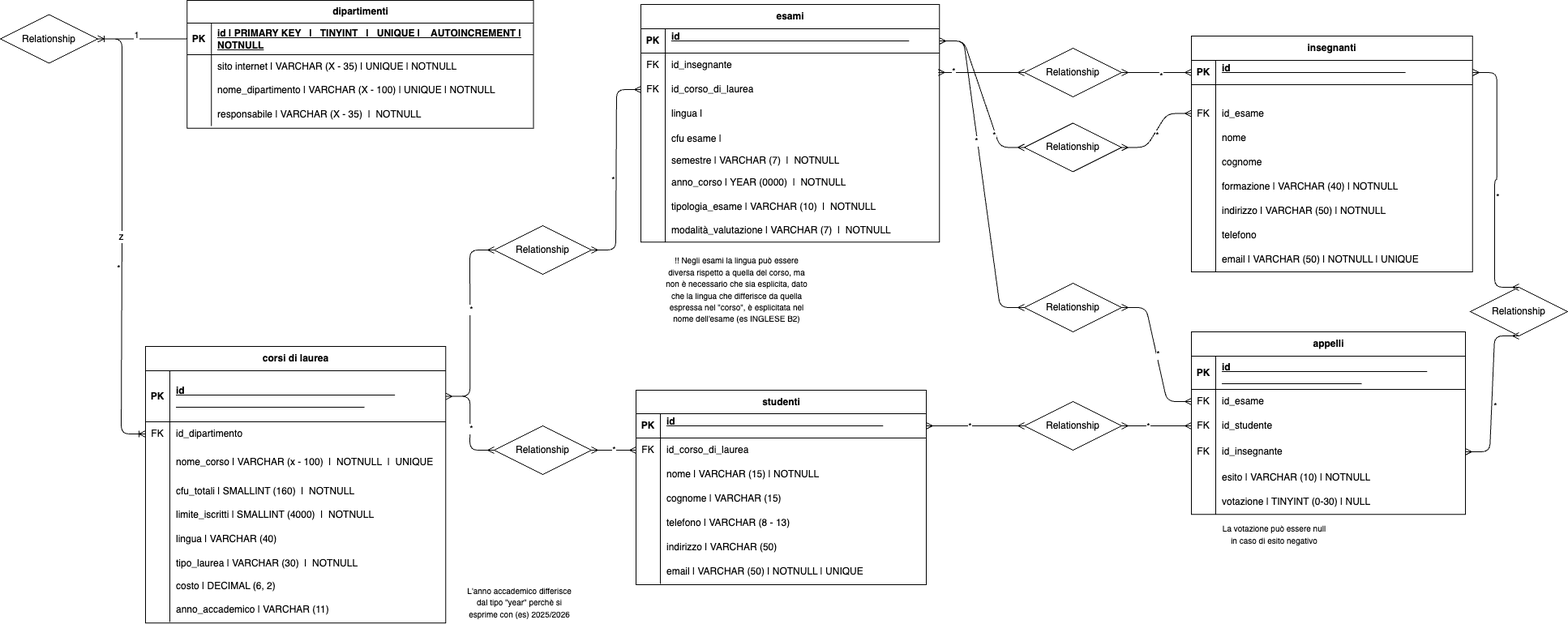
The draw.io diagram uni.drawio.png in coluccifrancesco/db-university, before a commit. Source tidied: cells renumbered, new cells last; positions are measured from the earlier drawing's top-left corner, leaving out a move shared by most shapes.
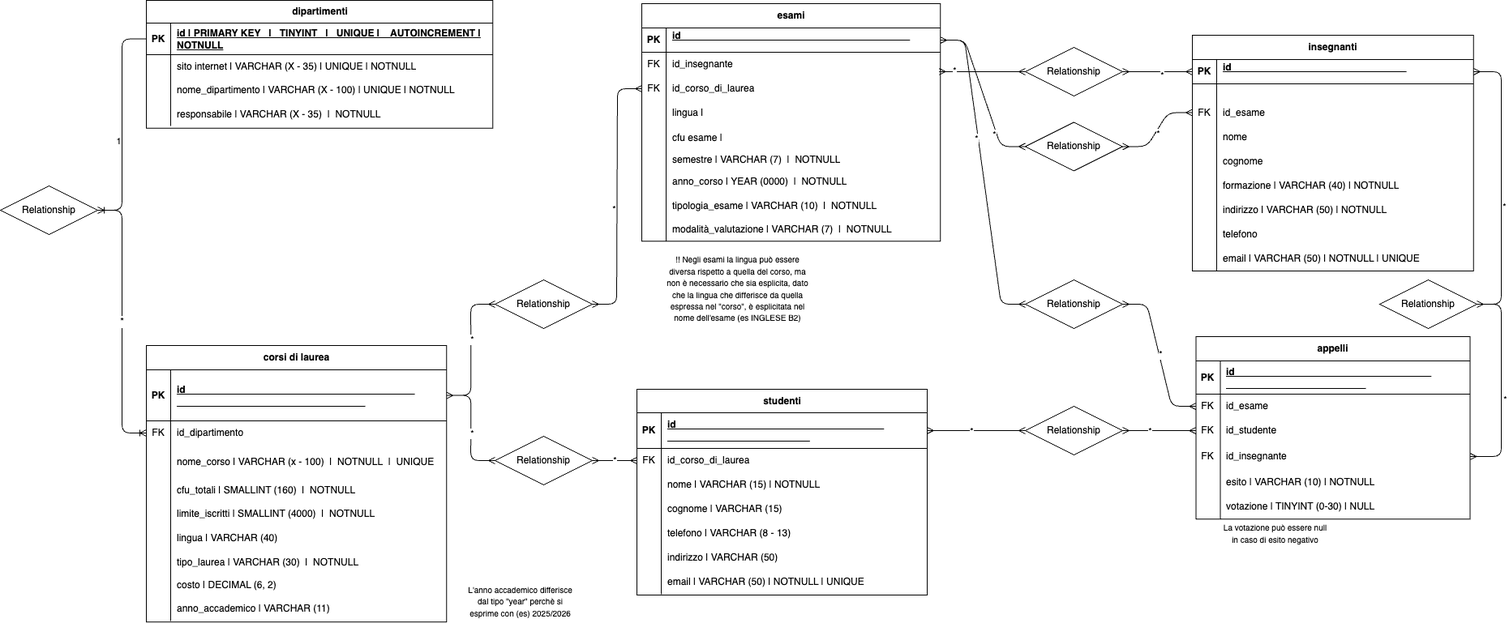
After the commit.

Diff of the diagram source:
```diff
@@ -3,7 +3,7 @@
     <mxCell id="0" />
     <mxCell id="1" parent="0" />
     <mxCell id="2" value="dipartimenti" style="shape=table;startSize=28;rowLines=0;fontStyle=1;align=center;html=1;" parent="1" vertex="1">
-      <mxGeometry x="230.3" width="427.3" height="157.8" as="geometry" />
+      <mxGeometry x="179" y="1" width="427.3" height="157.8" as="geometry" />
     </mxCell>
     <mxCell id="3" style="shape=tableRow;horizontal=0;startSize=0;swimlaneHead=0;swimlaneBody=0;fillColor=none;points=[[0,0.5],[1,0.5]];portConstraint=eastwest;top=0;left=0;right=0;bottom=1;" parent="2" vertex="1">
       <mxGeometry y="28" width="427.3" height="39" as="geometry" />
@@ -50,7 +50,7 @@
     <mxCell id="17" value="PK" style="shape=partialRectangle;fillColor=none;top=0;left=0;bottom=0;right=0;fontStyle=1;overflow=hidden;whiteSpace=wrap;html=1;" parent="16" vertex="1">
       <mxGeometry width="30" height="63" as="geometry" />
     </mxCell>
-    <mxCell id="18" value="&lt;font&gt;id&amp;nbsp;&lt;span&gt;&lt;font style=&quot;color: light-dark(rgb(255, 255, 255), rgb(255, 255, 255));&quot;&gt;| PRIMARY KEY&amp;nbsp; &amp;nbsp; &amp;nbsp; | TINYINT&amp;nbsp; &amp;nbsp; &amp;nbsp; &amp;nbsp; &amp;nbsp;|&amp;nbsp; UNIQUE | AUTOINCREMENT&amp;nbsp; &amp;nbsp; &amp;nbsp; &amp;nbsp; &amp;nbsp; &amp;nbsp;|&amp;nbsp; &amp;nbsp; &amp;nbsp; &amp;nbsp; &amp;nbsp;NOTNULL&lt;/font&gt;&lt;/span&gt;&lt;/font&gt;" style="shape=partialRectangle;fillColor=none;top=0;left=0;bottom=0;right=0;align=left;spacingLeft=6;fontStyle=5;overflow=hidden;whiteSpace=wrap;html=1;" parent="16" vertex="1">
+    <mxCell id="18" value="&lt;font&gt;id&amp;nbsp;&lt;span&gt;&lt;font style=&quot;color: light-dark(rgb(255, 255, 255), rgb(255, 255, 255));&quot;&gt;| PRIMARY KEY&amp;nbsp; &amp;nbsp; &amp;nbsp; |&amp;nbsp; &amp;nbsp; &amp;nbsp; &amp;nbsp; TINYINT&amp;nbsp; &amp;nbsp; &amp;nbsp; &amp;nbsp; &amp;nbsp;|&amp;nbsp; UNIQUE | AUTOINCREMENT&amp;nbsp; &amp;nbsp; &amp;nbsp; &amp;nbsp; &amp;nbsp; &amp;nbsp;|&amp;nbsp; &amp;nbsp; &amp;nbsp; &amp;nbsp; &amp;nbsp;NOTNULL&lt;/font&gt;&lt;/span&gt;&lt;/font&gt;" style="shape=partialRectangle;fillColor=none;top=0;left=0;bottom=0;right=0;align=left;spacingLeft=6;fontStyle=5;overflow=hidden;whiteSpace=wrap;html=1;" parent="16" vertex="1">
       <mxGeometry x="30" width="340.3" height="63" as="geometry" />
     </mxCell>
     <mxCell id="19" style="shape=tableRow;horizontal=0;startSize=0;swimlaneHead=0;swimlaneBody=0;fillColor=none;points=[[0,0.5],[1,0.5]];portConstraint=eastwest;top=0;left=0;right=0;bottom=0;" parent="15" vertex="1">
@@ -294,19 +294,19 @@
       <mxGeometry x="30" width="316.8" height="30" as="geometry" />
     </mxCell>
     <mxCell id="99" value="studenti" style="shape=table;startSize=29;rowLines=0;fontStyle=1;align=center;html=1;" parent="1" vertex="1">
-      <mxGeometry x="784" y="481" width="357.9" height="240" as="geometry" />
+      <mxGeometry x="784" y="481" width="357.9" height="254" as="geometry" />
     </mxCell>
     <mxCell id="100" style="shape=tableRow;horizontal=0;startSize=0;swimlaneHead=0;swimlaneBody=0;fillColor=none;points=[[0,0.5],[1,0.5]];portConstraint=eastwest;top=0;left=0;right=0;bottom=1;" parent="99" vertex="1">
-      <mxGeometry y="29" width="357.9" height="30" as="geometry" />
+      <mxGeometry y="29" width="357.9" height="44" as="geometry" />
     </mxCell>
     <mxCell id="101" value="PK" style="shape=partialRectangle;fillColor=none;top=0;left=0;bottom=0;right=0;fontStyle=1;overflow=hidden;whiteSpace=wrap;html=1;" parent="100" vertex="1">
-      <mxGeometry width="30" height="30" as="geometry" />
+      <mxGeometry width="30" height="44" as="geometry" />
     </mxCell>
     <mxCell id="102" value="id&amp;nbsp;&lt;span&gt;&lt;font style=&quot;color: light-dark(rgb(255, 255, 255), rgb(255, 255, 255));&quot;&gt;| PRIMARY KEY | SMALLINT | UNIQUE |&amp;nbsp; &amp;nbsp; &amp;nbsp; &amp;nbsp; &amp;nbsp; &amp;nbsp;AUTOINCREMENT | NOTNULL&lt;/font&gt;&lt;/span&gt;" style="shape=partialRectangle;fillColor=none;top=0;left=0;bottom=0;right=0;align=left;spacingLeft=6;fontStyle=5;overflow=hidden;whiteSpace=wrap;html=1;" parent="100" vertex="1">
-      <mxGeometry x="30" width="327.9" height="30" as="geometry" />
+      <mxGeometry x="30" width="327.9" height="44" as="geometry" />
     </mxCell>
     <mxCell id="103" style="shape=tableRow;horizontal=0;startSize=0;swimlaneHead=0;swimlaneBody=0;fillColor=none;points=[[0,0.5],[1,0.5]];portConstraint=eastwest;top=0;left=0;right=0;bottom=0;" parent="99" vertex="1">
-      <mxGeometry y="59" width="357.9" height="30" as="geometry" />
+      <mxGeometry y="73" width="357.9" height="30" as="geometry" />
     </mxCell>
     <mxCell id="104" value="FK" style="shape=partialRectangle;fillColor=none;top=0;left=0;bottom=0;right=0;overflow=hidden;whiteSpace=wrap;html=1;" parent="103" vertex="1">
       <mxGeometry width="30" height="30" as="geometry" />
@@ -315,7 +315,7 @@
       <mxGeometry x="30" width="327.9" height="30" as="geometry" />
     </mxCell>
     <mxCell id="106" style="shape=tableRow;horizontal=0;startSize=0;swimlaneHead=0;swimlaneBody=0;fillColor=none;top=0;left=0;right=0;bottom=0;" parent="99" vertex="1">
-      <mxGeometry y="89" width="357.9" height="30" as="geometry" />
+      <mxGeometry y="103" width="357.9" height="30" as="geometry" />
     </mxCell>
     <mxCell id="107" style="shape=partialRectangle;fillColor=none;top=0;left=0;bottom=0;right=0;overflow=hidden;whiteSpace=wrap;html=1;" parent="106" vertex="1">
       <mxGeometry width="30" height="30" as="geometry" />
@@ -324,7 +324,7 @@
       <mxGeometry x="30" width="327.9" height="30" as="geometry" />
     </mxCell>
     <mxCell id="109" style="shape=tableRow;horizontal=0;startSize=0;swimlaneHead=0;swimlaneBody=0;fillColor=none;top=0;left=0;right=0;bottom=0;" parent="99" vertex="1">
-      <mxGeometry y="119" width="357.9" height="30" as="geometry" />
+      <mxGeometry y="133" width="357.9" height="30" as="geometry" />
     </mxCell>
     <mxCell id="110" style="shape=partialRectangle;fillColor=none;top=0;left=0;bottom=0;right=0;overflow=hidden;whiteSpace=wrap;html=1;" parent="109" vertex="1">
       <mxGeometry width="30" height="30" as="geometry" />
@@ -333,7 +333,7 @@
       <mxGeometry x="30" width="327.9" height="30" as="geometry" />
     </mxCell>
     <mxCell id="112" style="shape=tableRow;horizontal=0;startSize=0;swimlaneHead=0;swimlaneBody=0;fillColor=none;top=0;left=0;right=0;bottom=0;" parent="99" vertex="1">
-      <mxGeometry y="149" width="357.9" height="30" as="geometry" />
+      <mxGeometry y="163" width="357.9" height="30" as="geometry" />
     </mxCell>
     <mxCell id="113" style="shape=partialRectangle;fillColor=none;top=0;left=0;bottom=0;right=0;overflow=hidden;whiteSpace=wrap;html=1;" parent="112" vertex="1">
       <mxGeometry width="30" height="30" as="geometry" />
@@ -342,7 +342,7 @@
       <mxGeometry x="30" width="327.9" height="30" as="geometry" />
     </mxCell>
     <mxCell id="115" style="shape=tableRow;horizontal=0;startSize=0;swimlaneHead=0;swimlaneBody=0;fillColor=none;top=0;left=0;right=0;bottom=0;" parent="99" vertex="1">
-      <mxGeometry y="179" width="357.9" height="30" as="geometry" />
+      <mxGeometry y="193" width="357.9" height="30" as="geometry" />
     </mxCell>
     <mxCell id="116" style="shape=partialRectangle;fillColor=none;top=0;left=0;bottom=0;right=0;overflow=hidden;whiteSpace=wrap;html=1;" parent="115" vertex="1">
       <mxGeometry width="30" height="30" as="geometry" />
@@ -351,7 +351,7 @@
       <mxGeometry x="30" width="327.9" height="30" as="geometry" />
     </mxCell>
     <mxCell id="118" style="shape=tableRow;horizontal=0;startSize=0;swimlaneHead=0;swimlaneBody=0;fillColor=none;top=0;left=0;right=0;bottom=0;" parent="99" vertex="1">
-      <mxGeometry y="209" width="357.9" height="30" as="geometry" />
+      <mxGeometry y="223" width="357.9" height="30" as="geometry" />
     </mxCell>
     <mxCell id="119" style="shape=partialRectangle;fillColor=none;top=0;left=0;bottom=0;right=0;overflow=hidden;whiteSpace=wrap;html=1;" parent="118" vertex="1">
       <mxGeometry width="30" height="30" as="geometry" />
@@ -360,7 +360,7 @@
       <mxGeometry x="30" width="327.9" height="30" as="geometry" />
     </mxCell>
     <mxCell id="121" value="appelli" style="shape=table;startSize=30;rowLines=0;fontStyle=1;align=center;html=1;" parent="1" vertex="1">
-      <mxGeometry x="1469" y="409" width="338" height="225.2" as="geometry" />
+      <mxGeometry x="1473.4" y="416" width="338" height="225.2" as="geometry" />
     </mxCell>
     <mxCell id="122" style="shape=tableRow;horizontal=0;startSize=0;swimlaneHead=0;swimlaneBody=0;fillColor=none;top=0;left=0;right=0;bottom=1;" parent="121" vertex="1">
       <mxGeometry y="30" width="338" height="41" as="geometry" />
@@ -416,7 +416,7 @@
     <mxCell id="139" value="votazione | TINYINT (0-30) | NULL" style="shape=partialRectangle;fillColor=none;top=0;left=0;bottom=0;right=0;align=left;spacingLeft=6;overflow=hidden;whiteSpace=wrap;html=1;" parent="137" vertex="1">
       <mxGeometry x="30" width="308" height="30" as="geometry" />
     </mxCell>
-    <mxCell id="140" value="z" style="edgeStyle=entityRelationEdgeStyle;fontSize=12;html=1;endArrow=ERoneToMany;entryX=0;entryY=0.5;entryDx=0;entryDy=0;" parent="1" edge="1" source="144" target="19">
+    <mxCell id="140" value="*" style="edgeStyle=entityRelationEdgeStyle;fontSize=12;html=1;endArrow=ERoneToMany;entryX=0;entryY=0.5;entryDx=0;entryDy=0;" parent="1" edge="1" source="144" target="19">
       <mxGeometry relative="1" as="geometry">
         <Array as="points">
           <mxPoint x="267" y="354" />
@@ -425,11 +425,6 @@
         </Array>
       </mxGeometry>
     </mxCell>
-    <mxCell id="141" value="*" style="edgeLabel;html=1;align=center;verticalAlign=middle;" parent="140" vertex="1">
-      <mxGeometry x="0.15" y="-4" relative="1" as="geometry">
-        <mxPoint y="-1" as="offset" />
-      </mxGeometry>
-    </mxCell>
     <mxCell id="142" style="edgeStyle=entityRelationEdgeStyle;fontSize=12;html=1;endArrow=ERoneToMany;" parent="1" edge="1" source="3" target="144">
       <mxGeometry relative="1" as="geometry">
         <Array as="points">
@@ -441,7 +436,7 @@
       <mxGeometry x="0.15" y="-5" relative="1" as="geometry" />
     </mxCell>
     <mxCell id="144" value="Relationship" style="shape=rhombus;perimeter=rhombusPerimeter;whiteSpace=wrap;html=1;align=center;" parent="1" vertex="1">
-      <mxGeometry y="17.5" width="120" height="60" as="geometry" />
+      <mxGeometry x="-1" y="230" width="120" height="60" as="geometry" />
     </mxCell>
     <mxCell id="145" style="edgeStyle=entityRelationEdgeStyle;fontSize=12;html=1;endArrow=ERmany;startArrow=ERmany;exitX=1;exitY=0.5;exitDx=0;exitDy=0;entryX=0;entryY=0.5;entryDx=0;entryDy=0;" parent="1" edge="1" source="149" target="103">
       <mxGeometry relative="1" as="geometry" />
@@ -462,7 +457,7 @@
       <mxGeometry x="0.1" y="1" relative="1" as="geometry" />
     </mxCell>
     <mxCell id="149" value="Relationship" style="shape=rhombus;perimeter=rhombusPerimeter;whiteSpace=wrap;html=1;align=center;" parent="1" vertex="1">
-      <mxGeometry x="609" y="525" width="120" height="60" as="geometry" />
+      <mxGeometry x="609" y="539" width="120" height="60" as="geometry" />
     </mxCell>
     <mxCell id="150" style="edgeStyle=entityRelationEdgeStyle;fontSize=12;html=1;endArrow=ERmany;startArrow=ERmany;exitX=1;exitY=0.5;exitDx=0;exitDy=0;" parent="1" edge="1" source="154" target="50">
       <mxGeometry relative="1" as="geometry" />
@@ -479,7 +474,7 @@
       </mxGeometry>
     </mxCell>
     <mxCell id="154" value="Relationship" style="shape=rhombus;perimeter=rhombusPerimeter;whiteSpace=wrap;html=1;align=center;" parent="1" vertex="1">
-      <mxGeometry x="609" y="278" width="120" height="60" as="geometry" />
+      <mxGeometry x="609" y="346" width="120" height="60" as="geometry" />
     </mxCell>
     <mxCell id="155" style="edgeStyle=entityRelationEdgeStyle;fontSize=12;html=1;endArrow=ERmany;startArrow=ERmany;entryX=1;entryY=0.5;entryDx=0;entryDy=0;" parent="1" edge="1" source="159" target="44">
       <mxGeometry relative="1" as="geometry" />
@@ -518,15 +513,15 @@
       <mxGeometry x="-0.27" relative="1" as="geometry" />
     </mxCell>
     <mxCell id="167" value="Relationship" style="shape=rhombus;perimeter=rhombusPerimeter;whiteSpace=wrap;html=1;align=center;" parent="1" vertex="1">
-      <mxGeometry x="1813" y="354" width="120" height="60" as="geometry" />
+      <mxGeometry x="1700" y="346" width="120" height="60" as="geometry" />
     </mxCell>
-    <mxCell id="168" style="edgeStyle=entityRelationEdgeStyle;fontSize=12;html=1;endArrow=ERmany;startArrow=ERmany;entryX=1;entryY=0.5;entryDx=0;entryDy=0;exitX=0.5;exitY=0;exitDx=0;exitDy=0;" parent="1" edge="1" source="167" target="72">
+    <mxCell id="168" style="edgeStyle=entityRelationEdgeStyle;fontSize=12;html=1;endArrow=ERmany;startArrow=ERmany;entryX=1;entryY=0.5;entryDx=0;entryDy=0;" parent="1" edge="1" source="167" target="72">
       <mxGeometry relative="1" as="geometry" />
     </mxCell>
     <mxCell id="169" value="*" style="edgeLabel;html=1;align=center;verticalAlign=middle;" parent="168" vertex="1">
       <mxGeometry x="-0.14" y="-3" relative="1" as="geometry" />
     </mxCell>
-    <mxCell id="170" style="edgeStyle=entityRelationEdgeStyle;fontSize=12;html=1;endArrow=ERmany;startArrow=ERmany;entryX=0.5;entryY=1;entryDx=0;entryDy=0;" parent="1" edge="1" source="131" target="167">
+    <mxCell id="170" style="edgeStyle=entityRelationEdgeStyle;fontSize=12;html=1;endArrow=ERmany;startArrow=ERmany;" parent="1" edge="1" source="131" target="167">
       <mxGeometry relative="1" as="geometry" />
     </mxCell>
     <mxCell id="171" value="*" style="edgeLabel;html=1;align=center;verticalAlign=middle;" parent="170" vertex="1">
@@ -545,7 +540,7 @@
       <mxGeometry x="0.01" y="-1" relative="1" as="geometry" />
     </mxCell>
     <mxCell id="176" value="Relationship" style="shape=rhombus;perimeter=rhombusPerimeter;whiteSpace=wrap;html=1;align=center;" parent="1" vertex="1">
-      <mxGeometry x="1263" y="349" width="120" height="60" as="geometry" />
+      <mxGeometry x="1263" y="346" width="120" height="60" as="geometry" />
     </mxCell>
     <mxCell id="177" style="edgeStyle=entityRelationEdgeStyle;fontSize=12;html=1;endArrow=ERmany;startArrow=ERmany;entryX=0;entryY=0.5;entryDx=0;entryDy=0;" parent="1" edge="1" source="100" target="179">
       <mxGeometry relative="1" as="geometry" />
@@ -554,7 +549,7 @@
       <mxGeometry x="-0.11" relative="1" as="geometry" />
     </mxCell>
     <mxCell id="179" value="Relationship" style="shape=rhombus;perimeter=rhombusPerimeter;whiteSpace=wrap;html=1;align=center;" parent="1" vertex="1">
-      <mxGeometry x="1263" y="495" width="120" height="60" as="geometry" />
+      <mxGeometry x="1263" y="502" width="120" height="60" as="geometry" />
     </mxCell>
     <mxCell id="180" value="&lt;font style=&quot;font-size: 10px;&quot;&gt;!! Negli esami la lingua può essere diversa rispetto a quella del corso, ma non è necessario che sia esplicita, dato che la lingua che differisce da quella espressa nel &quot;corso&quot;, è esplicitata nel nome dell'esame (es INGLESE B2)&lt;/font&gt;" style="text;html=1;align=center;verticalAlign=middle;whiteSpace=wrap;rounded=0;" parent="1" vertex="1">
       <mxGeometry x="817" y="342" width="183" height="30" as="geometry" />
```
